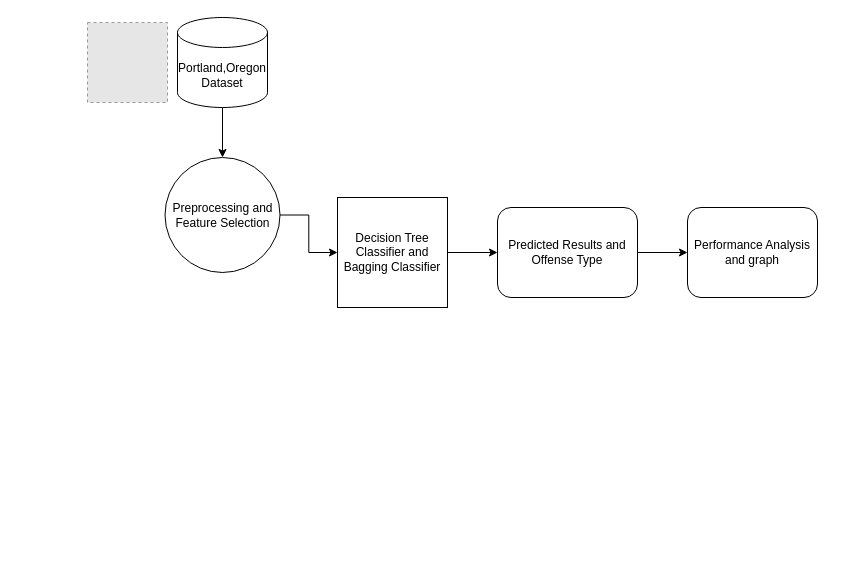
Earlier version of the draw.io diagram Untitled Diagram.drawio (ChanumoluGayathri/System_Design). Source tidied: cells renumbered, new cells numbered last; positions are measured from the earlier drawing's top-left corner, leaving out a move shared by most shapes. Both pictures are drawn from the tidied source at 100%, with x=0, y=0 at pixel (87, 17). Pictures stored in the file or linked from it are replaced by grey dashed boxes.
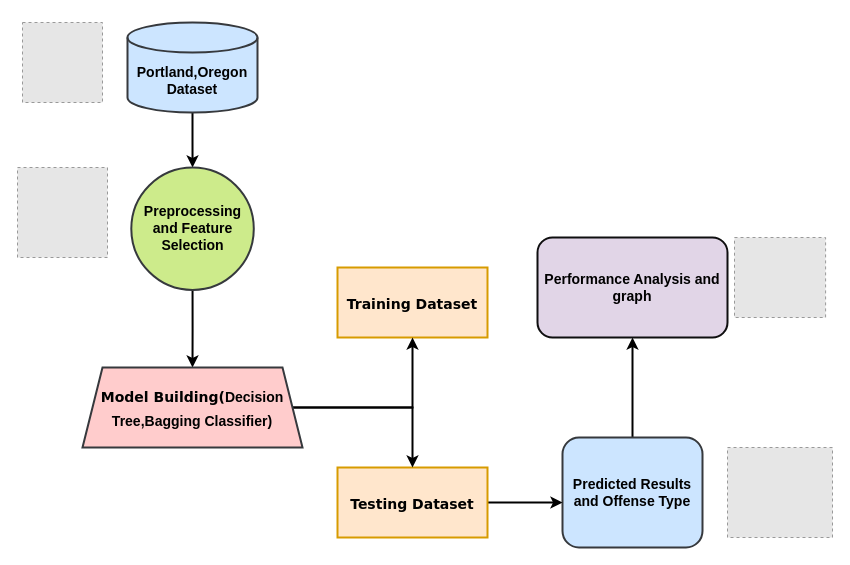
After the change.

Change to the diagram source:
```diff
@@
-    <mxCell id="2" style="edgeStyle=orthogonalEdgeStyle;rounded=0;jettySize=auto;html=1;" parent="1" edge="1" source="3" target="5">
+    <mxCell id="2" style="edgeStyle=orthogonalEdgeStyle;rounded=0;jettySize=auto;html=1;strokeWidth=2;" parent="1" edge="1" source="3" target="5">
       <mxGeometry relative="1" as="geometry" />
     </mxCell>
-    <mxCell id="3" value="Portland,Oregon Dataset" style="shape=cylinder3;whiteSpace=wrap;html=1;boundedLbl=1;backgroundOutline=1;size=15;" parent="1" vertex="1">
-      <mxGeometry x="90" width="90" height="90" as="geometry" />
+    <mxCell id="3" value="&lt;b&gt;&lt;font style=&quot;font-size: 14px;&quot;&gt;Portland,Oregon Dataset&lt;/font&gt;&lt;/b&gt;" style="shape=cylinder3;whiteSpace=wrap;html=1;boundedLbl=1;backgroundOutline=1;size=15;fillColor=#cce5ff;strokeColor=#36393d;strokeWidth=2;" parent="1" vertex="1">
+      <mxGeometry x="40" y="5" width="130" height="90" as="geometry" />
     </mxCell>
-    <mxCell id="4" style="edgeStyle=orthogonalEdgeStyle;rounded=0;jettySize=auto;html=1;" parent="1" edge="1" source="5" target="7">
-      <mxGeometry relative="1" as="geometry" />
-    </mxCell>
+    <mxCell id="12" style="edgeStyle=orthogonalEdgeStyle;rounded=0;hachureGap=4;jettySize=auto;html=1;fontFamily=Architects Daughter;fontSize=16;entryX=0.5;entryY=0;entryDx=0;entryDy=0;strokeWidth=2;" parent="1" edge="1" source="5" target="18">
+      <mxGeometry relative="1" as="geometry" />
+    </mxCell>
-    <mxCell id="5" value="Preprocessing and Feature Selection" style="ellipse;whiteSpace=wrap;html=1;" parent="1" vertex="1">
-      <mxGeometry x="77.5" y="140" width="115" height="115" as="geometry" />
+    <mxCell id="5" value="&lt;b style=&quot;font-size: 14px;&quot;&gt;&lt;font style=&quot;font-size: 14px;&quot;&gt;Preprocessing and Feature S&lt;/font&gt;election&lt;/b&gt;" style="ellipse;whiteSpace=wrap;html=1;fillColor=#cdeb8b;strokeColor=#36393d;strokeWidth=2;" parent="1" vertex="1">
+      <mxGeometry x="43.8" y="150" width="122.5" height="122.5" as="geometry" />
     </mxCell>
-    <mxCell id="6" style="edgeStyle=orthogonalEdgeStyle;rounded=0;jettySize=auto;html=1;entryX=0;entryY=0.5;entryDx=0;entryDy=0;" parent="1" edge="1" source="7" target="9">
-      <mxGeometry relative="1" as="geometry" />
-    </mxCell>
-    <mxCell id="7" value="Decision Tree Classifier and Bagging Classifier" style="whiteSpace=wrap;html=1;" parent="1" vertex="1">
-      <mxGeometry x="250" y="180" width="110" height="110" as="geometry" />
-    </mxCell>
-    <mxCell id="8" style="edgeStyle=orthogonalEdgeStyle;rounded=0;jettySize=auto;html=1;" parent="1" edge="1" source="9" target="10">
+    <mxCell id="8" style="edgeStyle=orthogonalEdgeStyle;rounded=0;jettySize=auto;html=1;strokeWidth=2;" parent="1" edge="1" source="9" target="10">
       <mxGeometry relative="1" as="geometry" />
     </mxCell>
-    <mxCell id="9" value="Predicted Results and Offense Type" style="rounded=1;whiteSpace=wrap;html=1;" parent="1" vertex="1">
-      <mxGeometry x="410" y="190" width="140" height="90" as="geometry" />
+    <mxCell id="9" value="&lt;b&gt;&lt;font style=&quot;font-size: 14px;&quot;&gt;Predicted Results and Offense Type&lt;/font&gt;&lt;/b&gt;" style="rounded=1;whiteSpace=wrap;html=1;fillColor=#cce5ff;strokeColor=#36393d;strokeWidth=2;" parent="1" vertex="1">
+      <mxGeometry x="475" y="420" width="140" height="110" as="geometry" />
     </mxCell>
-    <mxCell id="10" value="Performance Analysis and graph" style="rounded=1;whiteSpace=wrap;html=1;" parent="1" vertex="1">
-      <mxGeometry x="600" y="190" width="130" height="90" as="geometry" />
+    <mxCell id="10" value="&lt;b&gt;&lt;font style=&quot;font-size: 14px;&quot;&gt;Performance Analysis and graph&lt;/font&gt;&lt;/b&gt;" style="rounded=1;whiteSpace=wrap;html=1;fillColor=#e1d5e7;strokeColor=#0f0f10;strokeWidth=2;" parent="1" vertex="1">
+      <mxGeometry x="450" y="220" width="190" height="100" as="geometry" />
     </mxCell>
-    <mxCell id="11" style="fillColor=#E6E6E6;strokeColor=#999999;dashed=1;verticalLabelPosition=bottom;labelBackgroundColor=default;verticalAlign=top;" parent="1" vertex="1">
-      <mxGeometry y="5" width="80" height="80" as="geometry" />
-    </mxCell>
+    <mxCell id="13" value="&lt;font size=&quot;1&quot; face=&quot;Verdana&quot;&gt;&lt;b style=&quot;font-size: 14px;&quot;&gt;Training Dataset&lt;/b&gt;&lt;/font&gt;" style="whiteSpace=wrap;html=1;hachureGap=4;fontFamily=Architects Daughter;fontSize=20;fillColor=#ffe6cc;strokeColor=#d79b00;strokeWidth=2;" parent="1" vertex="1">
+      <mxGeometry x="250" y="250" width="150" height="70" as="geometry" />
+    </mxCell>
+    <mxCell id="14" style="edgeStyle=orthogonalEdgeStyle;rounded=0;hachureGap=4;jettySize=auto;html=1;fontFamily=Architects Daughter;fontSize=16;strokeWidth=2;" parent="1" edge="1" source="15" target="9">
+      <mxGeometry relative="1" as="geometry">
+        <Array as="points">
+          <mxPoint x="500" y="485" />
+          <mxPoint x="500" y="485" />
+        </Array>
+      </mxGeometry>
+    </mxCell>
+    <mxCell id="15" value="&lt;font size=&quot;1&quot; face=&quot;Verdana&quot;&gt;&lt;b style=&quot;font-size: 14px;&quot;&gt;Testing Dataset&lt;/b&gt;&lt;/font&gt;" style="rounded=0;whiteSpace=wrap;html=1;hachureGap=4;fontFamily=Architects Daughter;fontSize=20;fillColor=#ffe6cc;strokeColor=#d79b00;strokeWidth=2;" parent="1" vertex="1">
+      <mxGeometry x="250" y="450" width="150" height="70" as="geometry" />
+    </mxCell>
+    <mxCell id="16" style="edgeStyle=orthogonalEdgeStyle;rounded=0;hachureGap=4;jettySize=auto;html=1;fontFamily=Architects Daughter;fontSize=16;strokeWidth=2;" parent="1" edge="1" source="18" target="13">
+      <mxGeometry relative="1" as="geometry" />
+    </mxCell>
+    <mxCell id="17" style="edgeStyle=orthogonalEdgeStyle;rounded=0;hachureGap=4;jettySize=auto;html=1;fontFamily=Architects Daughter;fontSize=16;strokeWidth=2;" parent="1" edge="1" source="18" target="15">
+      <mxGeometry relative="1" as="geometry" />
+    </mxCell>
+    <mxCell id="18" value="&lt;font style=&quot;font-size: 14px;&quot;&gt;&lt;b&gt;&lt;font style=&quot;font-size: 14px;&quot; face=&quot;Verdana&quot;&gt;Model Building(&lt;/font&gt;&lt;span style=&quot;border-color: var(--border-color); font-family: Helvetica;&quot;&gt;&lt;font style=&quot;border-color: var(--border-color); font-size: 14px;&quot;&gt;Decision Tree,Bagging Classifier)&lt;/font&gt;&lt;/span&gt;&lt;/b&gt;&lt;/font&gt;" style="shape=trapezoid;perimeter=trapezoidPerimeter;whiteSpace=wrap;html=1;fixedSize=1;fontSize=20;fontFamily=Architects Daughter;hachureGap=4;fillColor=#ffcccc;strokeColor=#36393d;strokeWidth=2;" parent="1" vertex="1">
+      <mxGeometry x="-5" y="350" width="220" height="80" as="geometry" />
+    </mxCell>
+    <mxCell id="19" style="fillColor=#E6E6E6;strokeColor=#999999;dashed=1;verticalLabelPosition=bottom;labelBackgroundColor=default;verticalAlign=top;" parent="1" vertex="1">
+      <mxGeometry x="-70" y="150" width="90" height="90" as="geometry" />
+    </mxCell>
+    <mxCell id="20" style="fillColor=#E6E6E6;strokeColor=#999999;dashed=1;verticalLabelPosition=bottom;labelBackgroundColor=default;verticalAlign=top;" parent="1" vertex="1">
+      <mxGeometry x="-65" y="5" width="80" height="80" as="geometry" />
+    </mxCell>
+    <mxCell id="21" style="fillColor=#E6E6E6;strokeColor=#999999;dashed=1;verticalLabelPosition=bottom;labelBackgroundColor=default;verticalAlign=top;" parent="1" vertex="1">
+      <mxGeometry x="647" y="220" width="91.1" height="80" as="geometry" />
+    </mxCell>
+    <mxCell id="22" style="fillColor=#E6E6E6;strokeColor=#999999;dashed=1;verticalLabelPosition=bottom;labelBackgroundColor=default;verticalAlign=top;" parent="1" vertex="1">
+      <mxGeometry x="640" y="430" width="105" height="90" as="geometry" />
+    </mxCell>
```
